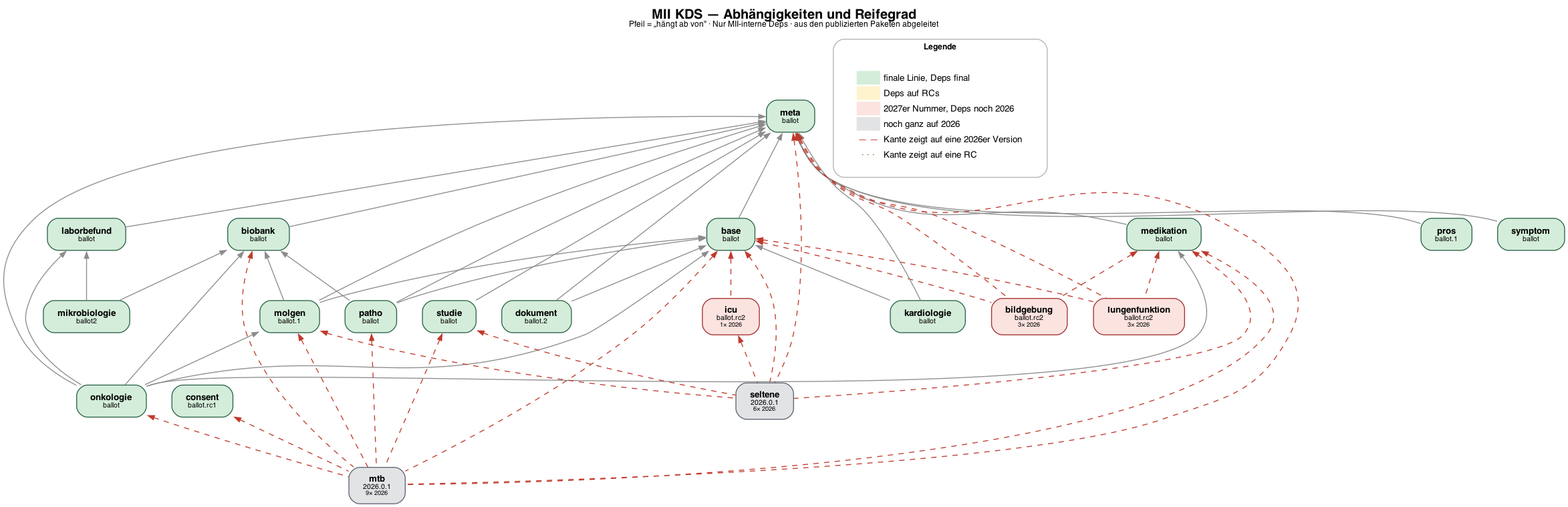
Before: status/dependency-graph.png, a diagram exported from Graphviz (medizininformatik-initiative/kerndatensatz-complete). Its source is kept beside it as status/dependency-graph.dot. Source of this version:
```dot
digraph MII_KDS_Status {
  rankdir=TB; bgcolor="white"; fontname="Helvetica";
  node [shape=box, style="rounded,filled", fontname="Helvetica", fontsize=10, margin="0.22,0.11"];
  edge [color="gray55", arrowsize=0.7, penwidth=1.0, dir=back];
  nodesep=0.4; ranksep=0.75; labelloc="t"; fontsize=15;
  label=<<B>MII KDS — Abhängigkeiten und Reifegrad</B><BR/><FONT POINT-SIZE="9">Pfeil = „hängt ab von" · Nur MII-interne Deps · aus den publizierten Paketen abgeleitet</FONT>>;
  base [label=<<B>base</B><BR/><FONT POINT-SIZE="8">ballot</FONT>>, fillcolor="#d4edda", color="#2a6249"];
  biobank [label=<<B>biobank</B><BR/><FONT POINT-SIZE="8">ballot</FONT>>, fillcolor="#d4edda", color="#2a6249"];
  consent [label=<<B>consent</B><BR/><FONT POINT-SIZE="8">ballot.rc1</FONT>>, fillcolor="#d4edda", color="#2a6249"];
  dokument [label=<<B>dokument</B><BR/><FONT POINT-SIZE="8">ballot.2</FONT>>, fillcolor="#d4edda", color="#2a6249"];
  kardiologie [label=<<B>kardiologie</B><BR/><FONT POINT-SIZE="8">ballot</FONT>>, fillcolor="#d4edda", color="#2a6249"];
  laborbefund [label=<<B>laborbefund</B><BR/><FONT POINT-SIZE="8">ballot</FONT>>, fillcolor="#d4edda", color="#2a6249"];
  medikation [label=<<B>medikation</B><BR/><FONT POINT-SIZE="8">ballot</FONT>>, fillcolor="#d4edda", color="#2a6249"];
  meta [label=<<B>meta</B><BR/><FONT POINT-SIZE="8">ballot</FONT>>, fillcolor="#d4edda", color="#2a6249"];
  mikrobiologie [label=<<B>mikrobiologie</B><BR/><FONT POINT-SIZE="8">ballot2</FONT>>, fillcolor="#d4edda", color="#2a6249"];
  molgen [label=<<B>molgen</B><BR/><FONT POINT-SIZE="8">ballot.1</FONT>>, fillcolor="#d4edda", color="#2a6249"];
  onkologie [label=<<B>onkologie</B><BR/><FONT POINT-SIZE="8">ballot</FONT>>, fillcolor="#d4edda", color="#2a6249"];
  patho [label=<<B>patho</B><BR/><FONT POINT-SIZE="8">ballot</FONT>>, fillcolor="#d4edda", color="#2a6249"];
  pros [label=<<B>pros</B><BR/><FONT POINT-SIZE="8">ballot.1</FONT>>, fillcolor="#d4edda", color="#2a6249"];
  studie [label=<<B>studie</B><BR/><FONT POINT-SIZE="8">ballot</FONT>>, fillcolor="#d4edda", color="#2a6249"];
  symptom [label=<<B>symptom</B><BR/><FONT POINT-SIZE="8">ballot</FONT>>, fillcolor="#d4edda", color="#2a6249"];
  bildgebung [label=<<B>bildgebung</B><BR/><FONT POINT-SIZE="8">ballot.rc2</FONT><BR/><FONT POINT-SIZE="7">3× 2026</FONT>>, fillcolor="#fbe3e0", color="#a32e2e"];
  icu [label=<<B>icu</B><BR/><FONT POINT-SIZE="8">ballot.rc2</FONT><BR/><FONT POINT-SIZE="7">1× 2026</FONT>>, fillcolor="#fbe3e0", color="#a32e2e"];
  lungenfunktion [label=<<B>lungenfunktion</B><BR/><FONT POINT-SIZE="8">ballot.rc2</FONT><BR/><FONT POINT-SIZE="7">3× 2026</FONT>>, fillcolor="#fbe3e0", color="#a32e2e"];
  mtb [label=<<B>mtb</B><BR/><FONT POINT-SIZE="8">2026.0.1</FONT><BR/><FONT POINT-SIZE="7">9× 2026</FONT>>, fillcolor="#e2e3e5", color="#5c6472"];
  seltene [label=<<B>seltene</B><BR/><FONT POINT-SIZE="8">2026.0.1</FONT><BR/><FONT POINT-SIZE="7">6× 2026</FONT>>, fillcolor="#e2e3e5", color="#5c6472"];
  meta -> base;
  base -> bildgebung [color="#c0392b", style=dashed];
  medikation -> bildgebung [color="#c0392b", style=dashed];
  meta -> bildgebung [color="#c0392b", style=dashed];
  meta -> biobank;
  base -> dokument;
  meta -> dokument;
  base -> icu [color="#c0392b", style=dashed];
  base -> kardiologie;
  meta -> kardiologie;
  meta -> laborbefund;
  base -> lungenfunktion [color="#c0392b", style=dashed];
  medikation -> lungenfunktion [color="#c0392b", style=dashed];
  meta -> lungenfunktion [color="#c0392b", style=dashed];
  meta -> medikation;
  biobank -> mikrobiologie;
  laborbefund -> mikrobiologie;
  base -> molgen;
  biobank -> molgen;
  meta -> molgen;
  base -> mtb [color="#c0392b", style=dashed];
  biobank -> mtb [color="#c0392b", style=dashed];
  consent -> mtb [color="#c0392b", style=dashed];
  medikation -> mtb [color="#c0392b", style=dashed];
  meta -> mtb [color="#c0392b", style=dashed];
  molgen -> mtb [color="#c0392b", style=dashed];
  onkologie -> mtb [color="#c0392b", style=dashed];
  patho -> mtb [color="#c0392b", style=dashed];
  studie -> mtb [color="#c0392b", style=dashed];
  base -> onkologie;
  biobank -> onkologie;
  laborbefund -> onkologie;
  medikation -> onkologie;
  meta -> onkologie;
  molgen -> onkologie;
  base -> patho;
  biobank -> patho;
  meta -> patho;
  meta -> pros;
  base -> seltene [color="#c0392b", style=dashed];
  icu -> seltene [color="#c0392b", style=dashed];
  medikation -> seltene [color="#c0392b", style=dashed];
  meta -> seltene [color="#c0392b", style=dashed];
  molgen -> seltene [color="#c0392b", style=dashed];
  studie -> seltene [color="#c0392b", style=dashed];
  meta -> studie;
  meta -> symptom;

  subgraph cluster_legend {
    label=<<B>Legende</B>>; style="rounded"; color="gray70"; fontsize=9;
    node [shape=plaintext, style="", fillcolor="white"];
    legende [label=<<TABLE BORDER="0" CELLBORDER="0" CELLSPACING="2">
      <TR><TD BGCOLOR="#d4edda">&#160;&#160;</TD><TD ALIGN="LEFT">finale Linie, Deps final</TD></TR>
      <TR><TD BGCOLOR="#fff3cd">&#160;&#160;</TD><TD ALIGN="LEFT">Deps auf RCs</TD></TR>
      <TR><TD BGCOLOR="#fbe3e0">&#160;&#160;</TD><TD ALIGN="LEFT">2027er Nummer, Deps noch 2026</TD></TR>
      <TR><TD BGCOLOR="#e2e3e5">&#160;&#160;</TD><TD ALIGN="LEFT">noch ganz auf 2026</TD></TR>
      <TR><TD><FONT COLOR="#c0392b">— —</FONT></TD><TD ALIGN="LEFT">Kante zeigt auf eine 2026er Version</TD></TR>
      <TR><TD><FONT COLOR="#8a5d0f">· · ·</FONT></TD><TD ALIGN="LEFT">Kante zeigt auf eine RC</TD></TR>
    </TABLE>>];
  }
}
```
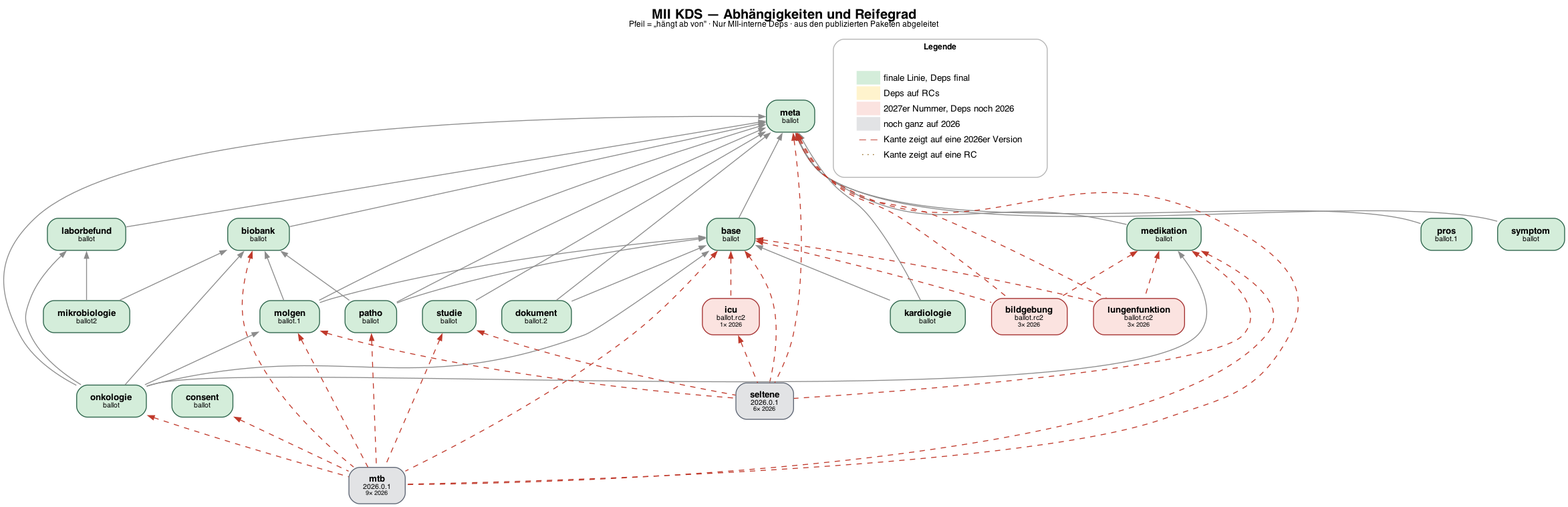
Later version of the same file.

The edit, as a diff of the source:
```diff
@@ -6,7 +6,7 @@
   label=<<B>MII KDS — Abhängigkeiten und Reifegrad</B><BR/><FONT POINT-SIZE="9">Pfeil = „hängt ab von" · Nur MII-interne Deps · aus den publizierten Paketen abgeleitet</FONT>>;
   base [label=<<B>base</B><BR/><FONT POINT-SIZE="8">ballot</FONT>>, fillcolor="#d4edda", color="#2a6249"];
   biobank [label=<<B>biobank</B><BR/><FONT POINT-SIZE="8">ballot</FONT>>, fillcolor="#d4edda", color="#2a6249"];
-  consent [label=<<B>consent</B><BR/><FONT POINT-SIZE="8">ballot.rc1</FONT>>, fillcolor="#d4edda", color="#2a6249"];
+  consent [label=<<B>consent</B><BR/><FONT POINT-SIZE="8">ballot</FONT>>, fillcolor="#d4edda", color="#2a6249"];
   dokument [label=<<B>dokument</B><BR/><FONT POINT-SIZE="8">ballot.2</FONT>>, fillcolor="#d4edda", color="#2a6249"];
   kardiologie [label=<<B>kardiologie</B><BR/><FONT POINT-SIZE="8">ballot</FONT>>, fillcolor="#d4edda", color="#2a6249"];
   laborbefund [label=<<B>laborbefund</B><BR/><FONT POINT-SIZE="8">ballot</FONT>>, fillcolor="#d4edda", color="#2a6249"];
```
